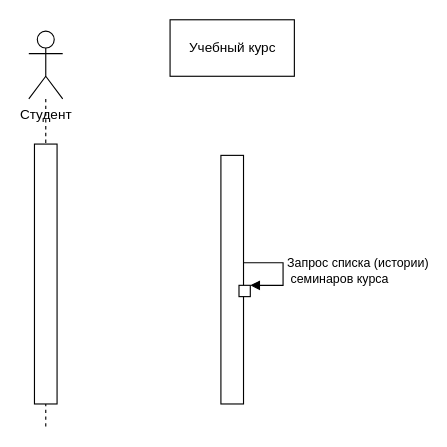
Above: 4 практическая АКМ.drawio in Merfarion/Diagrams-and-schemes (draw.io), before the change. Source tidied: cells renumbered, new cells numbered last; positions are measured from the earlier drawing's top-left corner, leaving out a move shared by most shapes. Both pictures are drawn from the tidied source at 113%, with x=0, y=0 at pixel (28, 19).
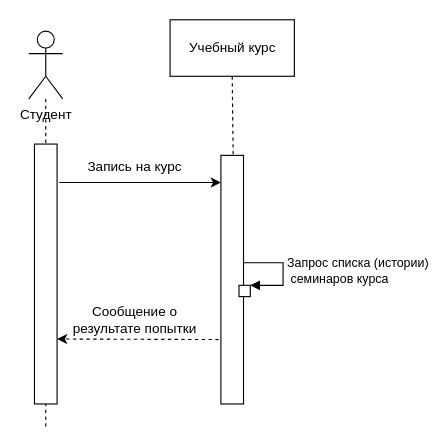
The same diagram, later.

Diff of the diagram source:
```diff
@@
 <mxGraphModel background="#ffffff">
   <root>
     <mxCell id="0" />
     <mxCell id="1" parent="0" />
     <mxCell id="2" style="edgeStyle=orthogonalEdgeStyle;rounded=0;jettySize=auto;html=1;endArrow=none;endFill=0;dashed=1;" parent="1" edge="1" source="3" target="4">
       <mxGeometry relative="1" as="geometry" />
     </mxCell>
     <mxCell id="3" value="Студент&lt;br&gt;" style="shape=umlActor;verticalLabelPosition=bottom;verticalAlign=top;html=1;outlineConnect=0;" parent="1" vertex="1">
       <mxGeometry y="10" width="30" height="60" as="geometry" />
     </mxCell>
     <mxCell id="4" style="rounded=0;whiteSpace=wrap;html=1;" parent="1" vertex="1">
       <mxGeometry x="5" y="110" width="20" height="230" as="geometry" />
     </mxCell>
     <mxCell id="5" style="endArrow=none;dashed=1;html=1;strokeWidth=1;entryX=0.5;entryY=1;entryDx=0;entryDy=0;jumpSize=4;" parent="1" edge="1" target="4">
       <mxGeometry relative="1" as="geometry">
         <mxPoint x="15" y="360" as="sourcePoint" />
       </mxGeometry>
     </mxCell>
     <mxCell id="6" style="html=1;points=[];perimeter=orthogonalPerimeter;" parent="1" vertex="1">
       <mxGeometry x="170" y="120" width="20" height="220" as="geometry" />
     </mxCell>
     <mxCell id="7" value="Учебный курс" style="html=1;" parent="1" vertex="1">
       <mxGeometry x="125" width="110" height="50" as="geometry" />
     </mxCell>
     <mxCell id="8" style="html=1;points=[];perimeter=orthogonalPerimeter;" parent="1" vertex="1">
       <mxGeometry x="186" y="235" width="10" height="10" as="geometry" />
     </mxCell>
     <mxCell id="9" value="&lt;div&gt;Запрос списка (истории)&lt;/div&gt;&lt;div&gt;&amp;nbsp;семинаров курса&lt;/div&gt;" style="edgeStyle=orthogonalEdgeStyle;html=1;align=left;spacingLeft=2;endArrow=block;rounded=0;entryX=1;entryY=0;strokeWidth=1;exitX=0.999;exitY=0.432;exitDx=0;exitDy=0;exitPerimeter=0;" parent="1" edge="1" source="6" target="8">
       <mxGeometry relative="1" as="geometry">
         <Array as="points">
           <mxPoint x="225" y="215" />
           <mxPoint x="225" y="235" />
         </Array>
       </mxGeometry>
     </mxCell>
+    <mxCell id="10" style="endArrow=none;dashed=1;html=1;strokeWidth=1;entryX=0.5;entryY=1;entryDx=0;entryDy=0;exitX=0.542;exitY=-0.004;exitDx=0;exitDy=0;exitPerimeter=0;" parent="1" edge="1" source="6" target="7">
+      <mxGeometry relative="1" as="geometry" />
+    </mxCell>
+    <mxCell id="11" style="endArrow=classic;html=1;strokeWidth=1;entryX=0;entryY=0.109;entryDx=0;entryDy=0;entryPerimeter=0;" parent="1" edge="1" target="6">
+      <mxGeometry relative="1" as="geometry">
+        <mxPoint x="27" y="144" as="sourcePoint" />
+      </mxGeometry>
+    </mxCell>
+    <mxCell id="12" style="endArrow=classic;html=1;strokeWidth=1;entryX=1;entryY=0.75;entryDx=0;entryDy=0;dashed=1;" parent="1" edge="1" target="4">
+      <mxGeometry relative="1" as="geometry">
+        <mxPoint x="168" y="283" as="sourcePoint" />
+      </mxGeometry>
+    </mxCell>
+    <mxCell id="13" value="Запись на курс" style="text;html=1;strokeColor=none;fillColor=none;align=center;verticalAlign=middle;whiteSpace=wrap;rounded=0;" parent="1" vertex="1">
+      <mxGeometry x="50" y="120" width="88" height="20" as="geometry" />
+    </mxCell>
+    <mxCell id="14" value="Сообщение о результате попытки" style="text;html=1;strokeColor=none;fillColor=none;align=center;verticalAlign=middle;whiteSpace=wrap;rounded=0;" parent="1" vertex="1">
+      <mxGeometry x="38" y="256" width="112" height="20" as="geometry" />
+    </mxCell>
   </root>
 </mxGraphModel>
```
